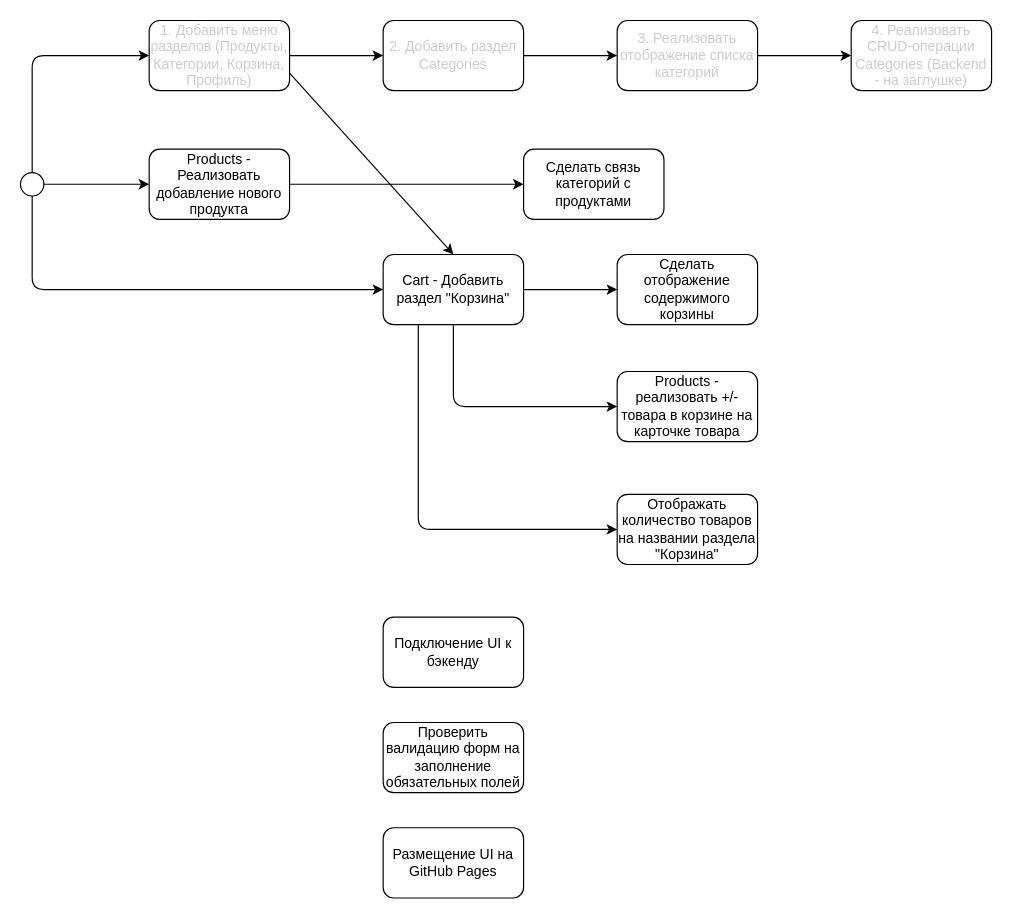
This is react-2025-08/react-2025-08-hw16-shop/doc/netGraph.drawio from alexanderpono/ponomarenko-alex-otus, a draw.io file, before an edit. Source tidied: cells renumbered, new cells numbered last; positions are measured from the earlier drawing's top-left corner, leaving out a move shared by most shapes. Both pictures are drawn from the tidied source at 117%, with x=0, y=0 at pixel (20, 20).
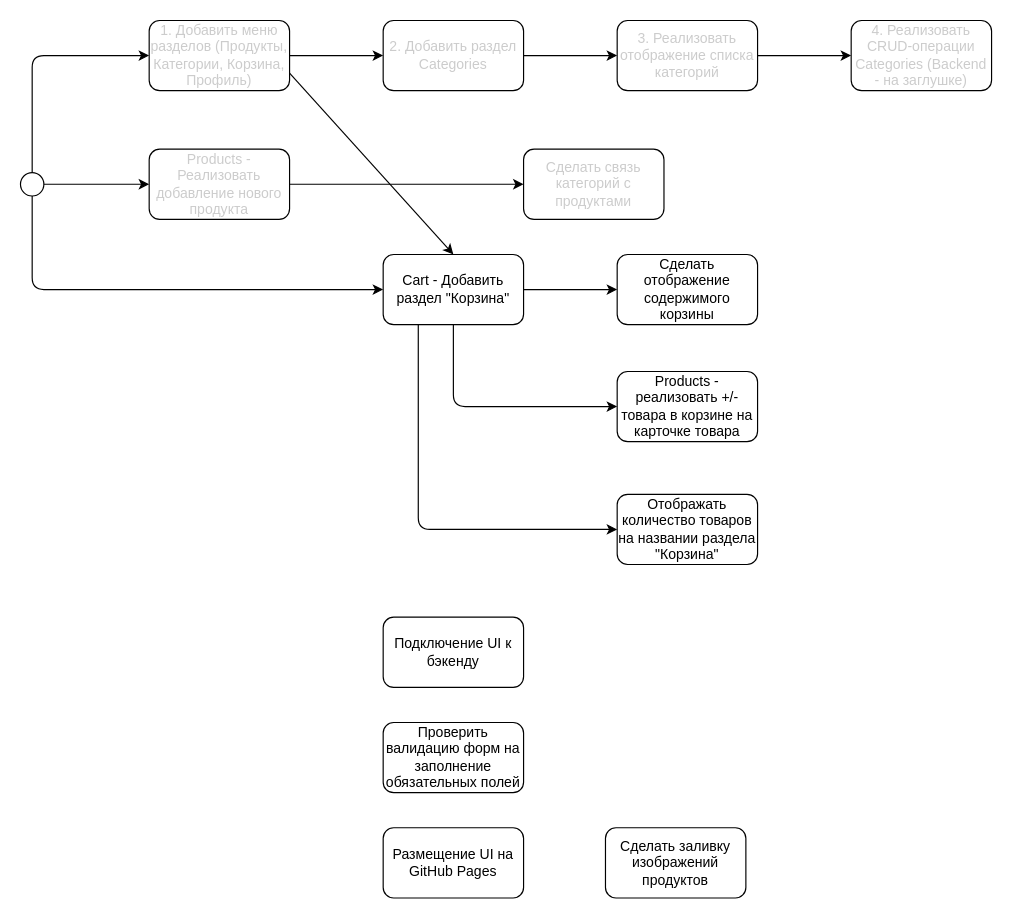
The same page after the edit.

What changed in the source:
```diff
@@
-    <mxCell id="8" value="Products - Реализовать добавление нового продукта" style="rounded=1;whiteSpace=wrap;html=1;" parent="1" vertex="1">
+    <mxCell id="8" value="Products - Реализовать добавление нового продукта" style="rounded=1;whiteSpace=wrap;html=1;fontColor=#CCCCCC;" parent="1" vertex="1">
       <mxGeometry x="110" y="110" width="120" height="60" as="geometry" />
     </mxCell>
@@
-    <mxCell id="25" value="Сделать связь категорий с продуктами" style="rounded=1;whiteSpace=wrap;html=1;" parent="1" vertex="1">
+    <mxCell id="25" value="Сделать связь категорий с продуктами" style="rounded=1;whiteSpace=wrap;html=1;fontColor=#CCCCCC;" parent="1" vertex="1">
       <mxGeometry x="430" y="110" width="120" height="60" as="geometry" />
     </mxCell>
@@
+    <mxCell id="27" value="Сделать заливку изображений продуктов" style="rounded=1;whiteSpace=wrap;html=1;" parent="1" vertex="1">
+      <mxGeometry x="500" y="690" width="120" height="60" as="geometry" />
+    </mxCell>
```
